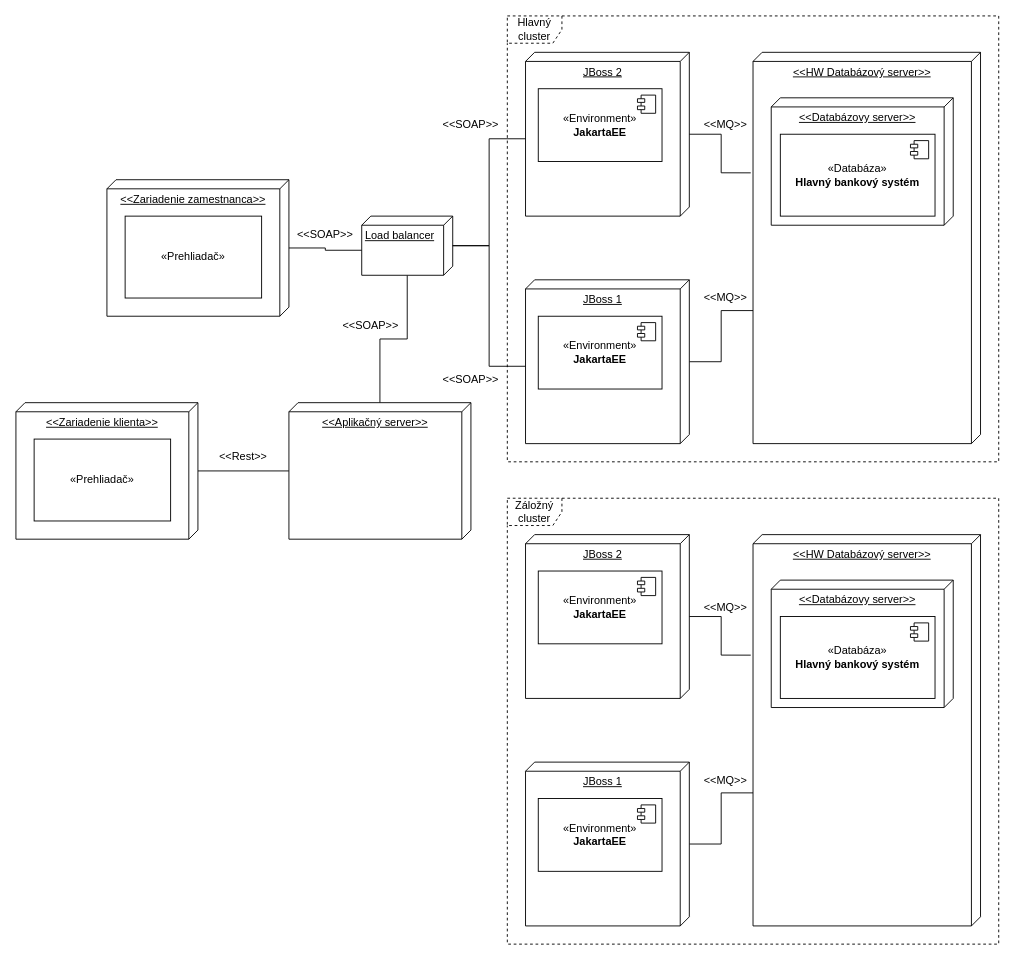
Above: UML/DeploymentDiagram.drawio in KubkoFrano/VyvojVelkychAplikacii (draw.io), before the change. Source tidied: cells renumbered, new cells numbered last; positions are measured from the earlier drawing's top-left corner, leaving out a move shared by most shapes. Both pictures are drawn from the tidied source at 91%, with x=0, y=0 at pixel (15, 15).
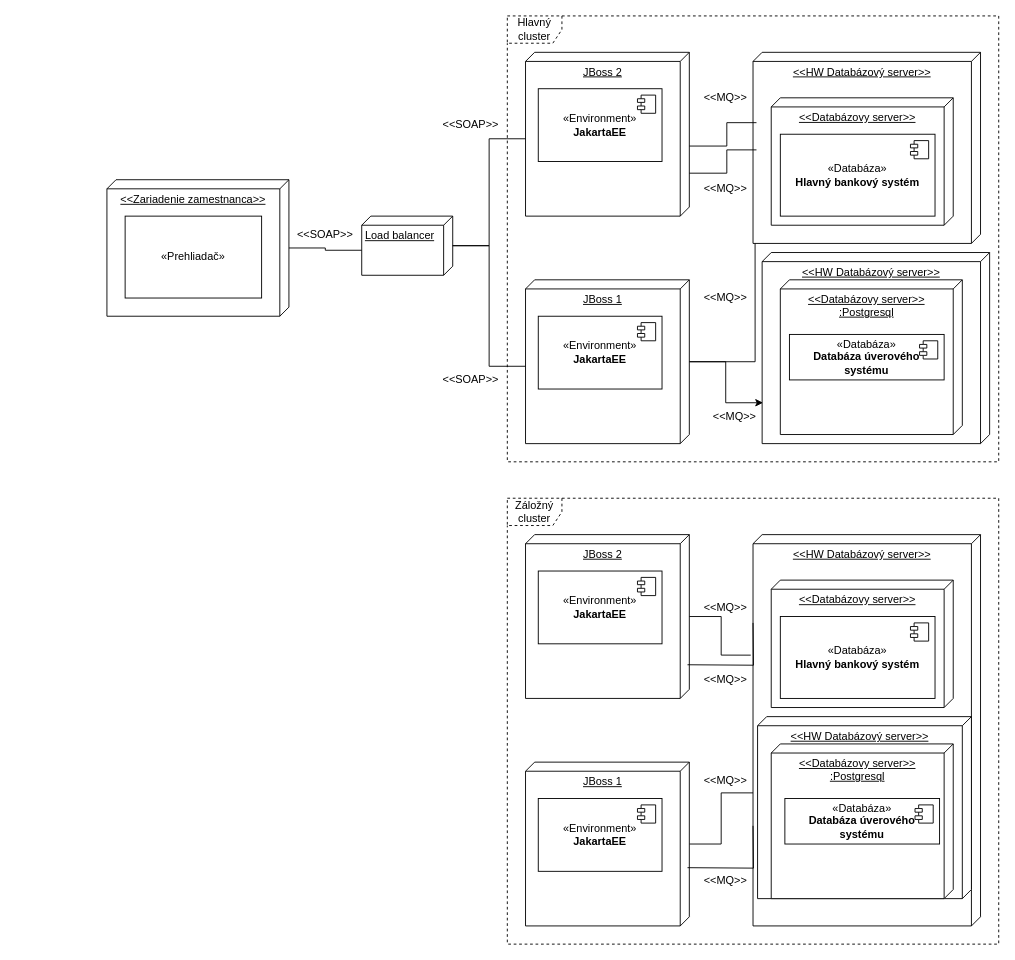
The same diagram, later.

Commit message:
deployment diagram

The change refers to these unchanged cells:
```xml
<mxCell id="3" value="JBoss 1" style="verticalAlign=top;align=center;spacingTop=8;spacingLeft=2;spacingRight=12;shape=cube;size=10;direction=south;fontStyle=4;html=1;whiteSpace=wrap;" parent="1" vertex="1">
  <mxGeometry x="560" y="290" width="180" height="180" as="geometry" />
</mxCell>
<mxCell id="4" value="JBoss 2" style="verticalAlign=top;align=center;spacingTop=8;spacingLeft=2;spacingRight=12;shape=cube;size=10;direction=south;fontStyle=4;html=1;whiteSpace=wrap;" parent="1" vertex="1">
  <mxGeometry x="560" y="40" width="180" height="180" as="geometry" />
</mxCell>
<mxCell id="23" value="Load balancer" style="verticalAlign=top;align=left;spacingTop=8;spacingLeft=2;spacingRight=12;shape=cube;size=10;direction=south;fontStyle=4;html=1;whiteSpace=wrap;" parent="1" vertex="1">
  <mxGeometry x="380" y="220" width="100" height="65" as="geometry" />
</mxCell>
```

Change to the diagram source:
```diff
@@
     <mxCell id="5" value="&amp;lt;&amp;lt;HW Databázový server&amp;gt;&amp;gt;" style="verticalAlign=top;align=center;spacingTop=8;spacingLeft=2;spacingRight=12;shape=cube;size=10;direction=south;fontStyle=4;html=1;whiteSpace=wrap;" parent="1" vertex="1">
-      <mxGeometry x="810" y="40" width="250" height="430" as="geometry" />
+      <mxGeometry x="810" y="40" width="250" height="210" as="geometry" />
     </mxCell>
@@
-    <mxCell id="9" style="edgeStyle=orthogonalEdgeStyle;rounded=0;jettySize=auto;html=1;endArrow=none;endFill=0;" parent="1" edge="1" source="10" target="22">
-      <mxGeometry relative="1" as="geometry" />
-    </mxCell>
-    <mxCell id="10" value="&amp;lt;&amp;lt;Zariadenie klienta&amp;gt;&amp;gt;" style="verticalAlign=top;align=center;spacingTop=8;spacingLeft=2;spacingRight=12;shape=cube;size=10;direction=south;fontStyle=4;html=1;whiteSpace=wrap;" parent="1" vertex="1">
-      <mxGeometry y="425" width="200" height="150" as="geometry" />
-    </mxCell>
-    <mxCell id="11" value="«Prehliadač»" style="html=1;whiteSpace=wrap;" parent="1" vertex="1">
-      <mxGeometry x="20" y="465" width="150" height="90" as="geometry" />
-    </mxCell>
@@
-    <mxCell id="14" style="edgeStyle=orthogonalEdgeStyle;rounded=0;jettySize=auto;html=1;entryX=0.308;entryY=1.01;entryDx=0;entryDy=0;entryPerimeter=0;endArrow=none;endFill=0;" parent="1" edge="1" source="4" target="5">
-      <mxGeometry relative="1" as="geometry" />
+    <mxCell id="14" style="edgeStyle=orthogonalEdgeStyle;rounded=0;orthogonalLoop=1;jettySize=auto;html=1;entryX=0.308;entryY=1.01;entryDx=0;entryDy=0;entryPerimeter=0;endArrow=none;endFill=0;" parent="1" edge="1">
+      <mxGeometry relative="1" as="geometry">
+        <mxPoint x="740" y="143" as="sourcePoint" />
+        <mxPoint x="813.8" y="117.3" as="targetPoint" />
+        <Array as="points">
+          <mxPoint x="781.2" y="142.7" />
+          <mxPoint x="781.2" y="117.7" />
+        </Array>
+      </mxGeometry>
     </mxCell>
     <mxCell id="15" value="&amp;lt;&amp;lt;MQ&amp;gt;&amp;gt;" style="text;html=1;strokeColor=none;fillColor=none;align=center;verticalAlign=middle;whiteSpace=wrap;overflow=hidden;" parent="1" vertex="1">
-      <mxGeometry x="740" y="110" width="80" height="20" as="geometry" />
+      <mxGeometry x="740" y="80" width="80" height="20" as="geometry" />
     </mxCell>
@@
-    <mxCell id="21" style="edgeStyle=orthogonalEdgeStyle;rounded=0;jettySize=auto;html=1;endArrow=none;endFill=0;" parent="1" edge="1" source="22" target="23">
-      <mxGeometry relative="1" as="geometry" />
-    </mxCell>
-    <mxCell id="22" value="&amp;lt;&amp;lt;Aplikačný server&amp;gt;&amp;gt;" style="verticalAlign=top;align=center;spacingTop=8;spacingLeft=2;spacingRight=12;shape=cube;size=10;direction=south;fontStyle=4;html=1;whiteSpace=wrap;" parent="1" vertex="1">
-      <mxGeometry x="300" y="425" width="200" height="150" as="geometry" />
-    </mxCell>
@@
-    <mxCell id="28" value="&amp;lt;&amp;lt;Rest&amp;gt;&amp;gt;" style="text;html=1;strokeColor=none;fillColor=none;align=center;verticalAlign=middle;whiteSpace=wrap;overflow=hidden;" parent="1" vertex="1">
-      <mxGeometry x="210" y="475" width="80" height="20" as="geometry" />
-    </mxCell>
-    <mxCell id="29" value="&amp;lt;&amp;lt;SOAP&amp;gt;&amp;gt;" style="text;html=1;strokeColor=none;fillColor=none;align=center;verticalAlign=middle;whiteSpace=wrap;overflow=hidden;" parent="1" vertex="1">
-      <mxGeometry x="350" y="330" width="80" height="20" as="geometry" />
-    </mxCell>
@@
+    <mxCell id="48" value="&amp;lt;&amp;lt;HW Databázový server&amp;gt;&amp;gt;" style="verticalAlign=top;align=center;spacingTop=8;spacingLeft=2;spacingRight=12;shape=cube;size=10;direction=south;fontStyle=4;html=1;whiteSpace=wrap;" parent="1" vertex="1">
+      <mxGeometry x="820" y="260" width="250" height="210" as="geometry" />
+    </mxCell>
+    <mxCell id="49" value="&lt;div&gt;&amp;lt;&amp;lt;Databázovy server&amp;gt;&amp;gt;&lt;/div&gt;&lt;div&gt;:Postgresql&lt;/div&gt;" style="verticalAlign=top;align=center;spacingTop=8;spacingLeft=2;spacingRight=12;shape=cube;size=10;direction=south;fontStyle=4;html=1;whiteSpace=wrap;" parent="1" vertex="1">
+      <mxGeometry x="840" y="290" width="200" height="170" as="geometry" />
+    </mxCell>
+    <mxCell id="50" value="&lt;div&gt;«Databáza»&lt;/div&gt;&lt;div&gt;&lt;b&gt;Databáza úverového&lt;/b&gt;&lt;/div&gt;&lt;div&gt;&lt;b&gt;systému&lt;/b&gt;&lt;/div&gt;" style="html=1;whiteSpace=wrap;" parent="1" vertex="1">
+      <mxGeometry x="850" y="350" width="170" height="50" as="geometry" />
+    </mxCell>
+    <mxCell id="51" style="shape=module;jettyWidth=8;jettyHeight=4;" parent="50" vertex="1">
+      <mxGeometry x="1" width="20" height="20" relative="1" as="geometry">
+        <mxPoint x="-27" y="7" as="offset" />
+      </mxGeometry>
+    </mxCell>
+    <mxCell id="52" style="edgeStyle=orthogonalEdgeStyle;rounded=0;jettySize=auto;html=1;entryX=0.786;entryY=0.996;entryDx=0;entryDy=0;entryPerimeter=0;" parent="1" edge="1" source="3" target="48">
+      <mxGeometry relative="1" as="geometry" />
+    </mxCell>
+    <mxCell id="53" value="&amp;lt;&amp;lt;MQ&amp;gt;&amp;gt;" style="text;html=1;strokeColor=none;fillColor=none;align=center;verticalAlign=middle;whiteSpace=wrap;overflow=hidden;" parent="1" vertex="1">
+      <mxGeometry x="750" y="430" width="80" height="20" as="geometry" />
+    </mxCell>
+    <mxCell id="54" style="edgeStyle=orthogonalEdgeStyle;rounded=0;orthogonalLoop=1;jettySize=auto;html=1;entryX=0.308;entryY=1.01;entryDx=0;entryDy=0;entryPerimeter=0;endArrow=none;endFill=0;" parent="1" edge="1">
+      <mxGeometry relative="1" as="geometry">
+        <mxPoint x="740" y="172.8" as="sourcePoint" />
+        <mxPoint x="813.8" y="147.2" as="targetPoint" />
+        <Array as="points">
+          <mxPoint x="781.2" y="172.5" />
+          <mxPoint x="781.2" y="147.5" />
+        </Array>
+      </mxGeometry>
+    </mxCell>
+    <mxCell id="55" value="&amp;lt;&amp;lt;MQ&amp;gt;&amp;gt;" style="text;html=1;strokeColor=none;fillColor=none;align=center;verticalAlign=middle;whiteSpace=wrap;overflow=hidden;" parent="1" vertex="1">
+      <mxGeometry x="740" y="180" width="80" height="20" as="geometry" />
+    </mxCell>
+    <mxCell id="56" value="&amp;lt;&amp;lt;HW Databázový server&amp;gt;&amp;gt;" style="verticalAlign=top;align=center;spacingTop=8;spacingLeft=2;spacingRight=12;shape=cube;size=10;direction=south;fontStyle=4;html=1;whiteSpace=wrap;" parent="1" vertex="1">
+      <mxGeometry x="815" y="770" width="235" height="200" as="geometry" />
+    </mxCell>
+    <mxCell id="57" value="&lt;div&gt;&amp;lt;&amp;lt;Databázovy server&amp;gt;&amp;gt;&lt;/div&gt;&lt;div&gt;:Postgresql&lt;/div&gt;" style="verticalAlign=top;align=center;spacingTop=8;spacingLeft=2;spacingRight=12;shape=cube;size=10;direction=south;fontStyle=4;html=1;whiteSpace=wrap;" parent="1" vertex="1">
+      <mxGeometry x="830" y="800" width="200" height="170" as="geometry" />
+    </mxCell>
+    <mxCell id="58" value="&lt;div&gt;«Databáza»&lt;/div&gt;&lt;div&gt;&lt;b&gt;Databáza úverového&lt;/b&gt;&lt;/div&gt;&lt;div&gt;&lt;b&gt;systému&lt;/b&gt;&lt;/div&gt;" style="html=1;whiteSpace=wrap;" parent="1" vertex="1">
+      <mxGeometry x="845" y="860" width="170" height="50" as="geometry" />
+    </mxCell>
+    <mxCell id="59" style="shape=module;jettyWidth=8;jettyHeight=4;" parent="58" vertex="1">
+      <mxGeometry x="1" width="20" height="20" relative="1" as="geometry">
+        <mxPoint x="-27" y="7" as="offset" />
+      </mxGeometry>
+    </mxCell>
+    <mxCell id="60" value="&amp;lt;&amp;lt;MQ&amp;gt;&amp;gt;" style="text;html=1;strokeColor=none;fillColor=none;align=center;verticalAlign=middle;whiteSpace=wrap;overflow=hidden;" parent="1" vertex="1">
+      <mxGeometry x="740" y="940" width="80" height="20" as="geometry" />
+    </mxCell>
+    <mxCell id="61" style="edgeStyle=orthogonalEdgeStyle;rounded=0;orthogonalLoop=1;jettySize=auto;html=1;endArrow=none;endFill=0;" parent="1" edge="1">
+      <mxGeometry relative="1" as="geometry">
+        <mxPoint x="738" y="936" as="sourcePoint" />
+        <mxPoint x="810" y="890" as="targetPoint" />
+      </mxGeometry>
+    </mxCell>
+    <mxCell id="62" value="&amp;lt;&amp;lt;MQ&amp;gt;&amp;gt;" style="text;html=1;strokeColor=none;fillColor=none;align=center;verticalAlign=middle;whiteSpace=wrap;overflow=hidden;" parent="1" vertex="1">
+      <mxGeometry x="740" y="720" width="80" height="20" as="geometry" />
+    </mxCell>
+    <mxCell id="63" style="edgeStyle=orthogonalEdgeStyle;rounded=0;orthogonalLoop=1;jettySize=auto;html=1;endArrow=none;endFill=0;" parent="1" edge="1">
+      <mxGeometry relative="1" as="geometry">
+        <mxPoint x="738" y="713" as="sourcePoint" />
+        <mxPoint x="810" y="667" as="targetPoint" />
+      </mxGeometry>
+    </mxCell>
```
